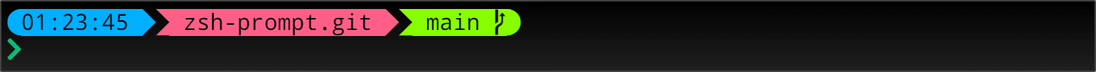
Before: docs/images/multiline3.drawio.png, a diagram exported from draw.io (MickaelBlet/Promptor). Source tidied: cells renumbered, new cells last; positions are measured from the earlier drawing's top-left corner, leaving out a move shared by most shapes.
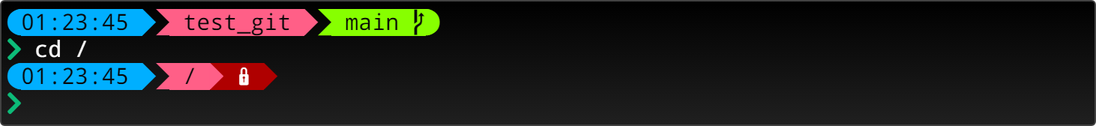
After the commit.

Diff of the diagram source:
```diff
@@ -2,11 +2,11 @@
   <root>
     <mxCell id="0" />
     <mxCell id="1" parent="0" />
-    <mxCell id="2" style="rounded=1;whiteSpace=wrap;html=1;arcSize=1;fillColor=#000000;strokeColor=#424242;gradientColor=#202020;gradientDirection=south;" parent="1" vertex="1">
-      <mxGeometry width="730" height="47" as="geometry" />
+    <mxCell id="2" style="rounded=1;whiteSpace=wrap;html=1;arcSize=5;fillColor=#000000;strokeColor=#424242;gradientColor=#202020;gradientDirection=south;absoluteArcSize=1;" parent="1" vertex="1">
+      <mxGeometry width="730" height="83" as="geometry" />
     </mxCell>
-    <mxCell id="3" value="&lt;div&gt;&lt;span style=&quot;color: rgb(0 , 175 , 255)&quot;&gt;&lt;/span&gt;&lt;span style=&quot;color: rgb(8 , 8 , 8) ; background-color: rgb(0 , 175 , 255)&quot;&gt;01:23:45&amp;nbsp;&lt;/span&gt;&lt;span style=&quot;color: rgb(0 , 175 , 255)&quot;&gt;&lt;/span&gt;&lt;font color=&quot;#ff5f87&quot;&gt;&lt;/font&gt;&lt;span style=&quot;color: rgb(8 , 8 , 8) ; background-color: rgb(255 , 95 , 135)&quot;&gt;&amp;nbsp;zsh-prompt.git&amp;nbsp;&lt;/span&gt;&lt;font color=&quot;#ff5f87&quot;&gt;&lt;/font&gt;&lt;font color=&quot;#87ff00&quot;&gt;&lt;/font&gt;&lt;span style=&quot;color: rgb(0 , 0 , 0) ; background-color: rgb(135 , 255 , 0)&quot;&gt;&lt;span style=&quot;color: rgb(8 , 8 , 8)&quot;&gt;&amp;nbsp;main &lt;/span&gt;&lt;/span&gt;&lt;font color=&quot;#87ff00&quot;&gt;&lt;/font&gt;&lt;/div&gt;&lt;div style=&quot;color: rgb(0 , 0 , 0)&quot;&gt;&lt;span style=&quot;color: #0dbc79&quot;&gt;&lt;br&gt;&lt;/span&gt;&lt;/div&gt;" style="text;align=left;verticalAlign=bottom;rounded=0;fontFamily=DroidSansM Nerd Font;fontSize=15;fillColor=none;arcSize=0;spacing=0;fontColor=#FFFFFF;labelBackgroundColor=none;html=1;labelBorderColor=none;" parent="1" vertex="1">
-      <mxGeometry x="5" y="5" width="720" height="37" as="geometry" />
+    <mxCell id="3" value="&lt;div&gt;&lt;span style=&quot;color: rgb(0 , 175 , 255)&quot;&gt;&lt;/span&gt;&lt;span style=&quot;color: rgb(8 , 8 , 8) ; background-color: rgb(0 , 175 , 255)&quot;&gt;01:23:45&amp;nbsp;&lt;/span&gt;&lt;span style=&quot;color: rgb(0 , 175 , 255)&quot;&gt;&lt;/span&gt;&lt;font color=&quot;#ff5f87&quot;&gt;&lt;/font&gt;&lt;span style=&quot;color: rgb(8 , 8 , 8) ; background-color: rgb(255 , 95 , 135)&quot;&gt;&amp;nbsp;test_git&amp;nbsp;&lt;/span&gt;&lt;font color=&quot;#ff5f87&quot;&gt;&lt;/font&gt;&lt;font color=&quot;#87ff00&quot;&gt;&lt;/font&gt;&lt;span style=&quot;color: rgb(0 , 0 , 0) ; background-color: rgb(135 , 255 , 0)&quot;&gt;&lt;span style=&quot;color: rgb(8 , 8 , 8)&quot;&gt;&amp;nbsp;main &lt;/span&gt;&lt;/span&gt;&lt;font color=&quot;#87ff00&quot;&gt;&lt;/font&gt;&lt;/div&gt;&lt;div&gt;&lt;span style=&quot;color: rgb(13 , 188 , 121)&quot;&gt; &lt;/span&gt;cd /&lt;br&gt;&lt;/div&gt;&lt;div&gt;&lt;div&gt;&lt;span style=&quot;color: rgb(0 , 175 , 255)&quot;&gt;&lt;/span&gt;&lt;span style=&quot;color: rgb(8 , 8 , 8) ; background-color: rgb(0 , 175 , 255)&quot;&gt;01:23:45&amp;nbsp;&lt;/span&gt;&lt;span style=&quot;color: rgb(0 , 175 , 255)&quot;&gt;&lt;/span&gt;&lt;font color=&quot;#ff5f87&quot;&gt;&lt;/font&gt;&lt;span style=&quot;color: rgb(8 , 8 , 8) ; background-color: rgb(255 , 95 , 135)&quot;&gt;&amp;nbsp;/&amp;nbsp;&lt;/span&gt;&lt;span style=&quot;color: rgb(0 , 0 , 0)&quot;&gt;&lt;span style=&quot;color: rgb(255 , 95 , 135) ; background-color: rgb(175 , 0 , 0)&quot;&gt;&lt;/span&gt;&lt;/span&gt;&lt;span style=&quot;font-family: &amp;#34;droidsansm nerd font mono&amp;#34; , monospace ; text-align: center ; background-color: rgb(175 , 0 , 0)&quot;&gt;&lt;font color=&quot;#005faf&quot;&gt;&amp;nbsp;&lt;/font&gt;&lt;/span&gt;&lt;span style=&quot;font-family: &amp;#34;droidsansm nerd font&amp;#34; , monospace ; background-color: rgb(175 , 0 , 0)&quot;&gt;&amp;nbsp;&lt;/span&gt;&lt;span style=&quot;font-family: &amp;#34;droidsansm nerd font mono&amp;#34; , monospace ; text-align: center&quot;&gt;&lt;font color=&quot;#af0000&quot;&gt;&lt;/font&gt;&lt;/span&gt;&lt;/div&gt;&lt;div&gt;&lt;span style=&quot;color: rgb(13 , 188 , 121)&quot;&gt;&amp;nbsp;&lt;/span&gt;&lt;/div&gt;&lt;/div&gt;" style="text;align=left;verticalAlign=bottom;rounded=0;fontFamily=DroidSansM Nerd Font;fontSize=15;fillColor=none;arcSize=0;spacing=0;fontColor=#FFFFFF;labelBackgroundColor=none;html=1;labelBorderColor=none;" parent="1" vertex="1">
+      <mxGeometry x="5" y="5" width="720" height="73" as="geometry" />
     </mxCell>
   </root>
 </mxGraphModel>
```
